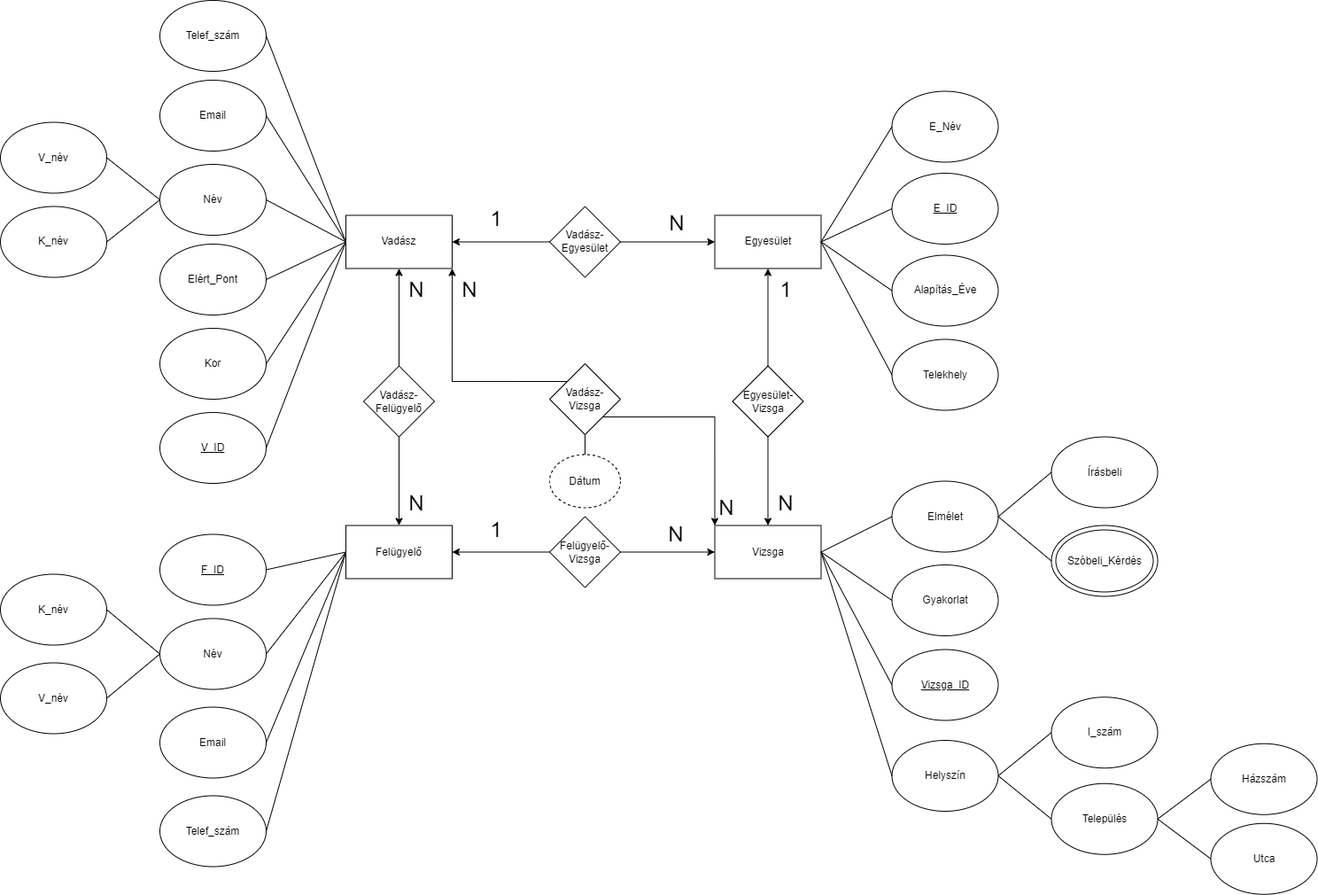
JordanKornel/DWWUAP_XMLGyak keeps this draw.io diagram as DWWUAP_XML_Féléves_Feladat/1. feladat/DWWUAP_ER.drawio.png. Above is the earlier version. Source tidied: cells renumbered, new cells last; positions are measured from the earlier drawing's top-left corner, leaving out a move shared by most shapes.
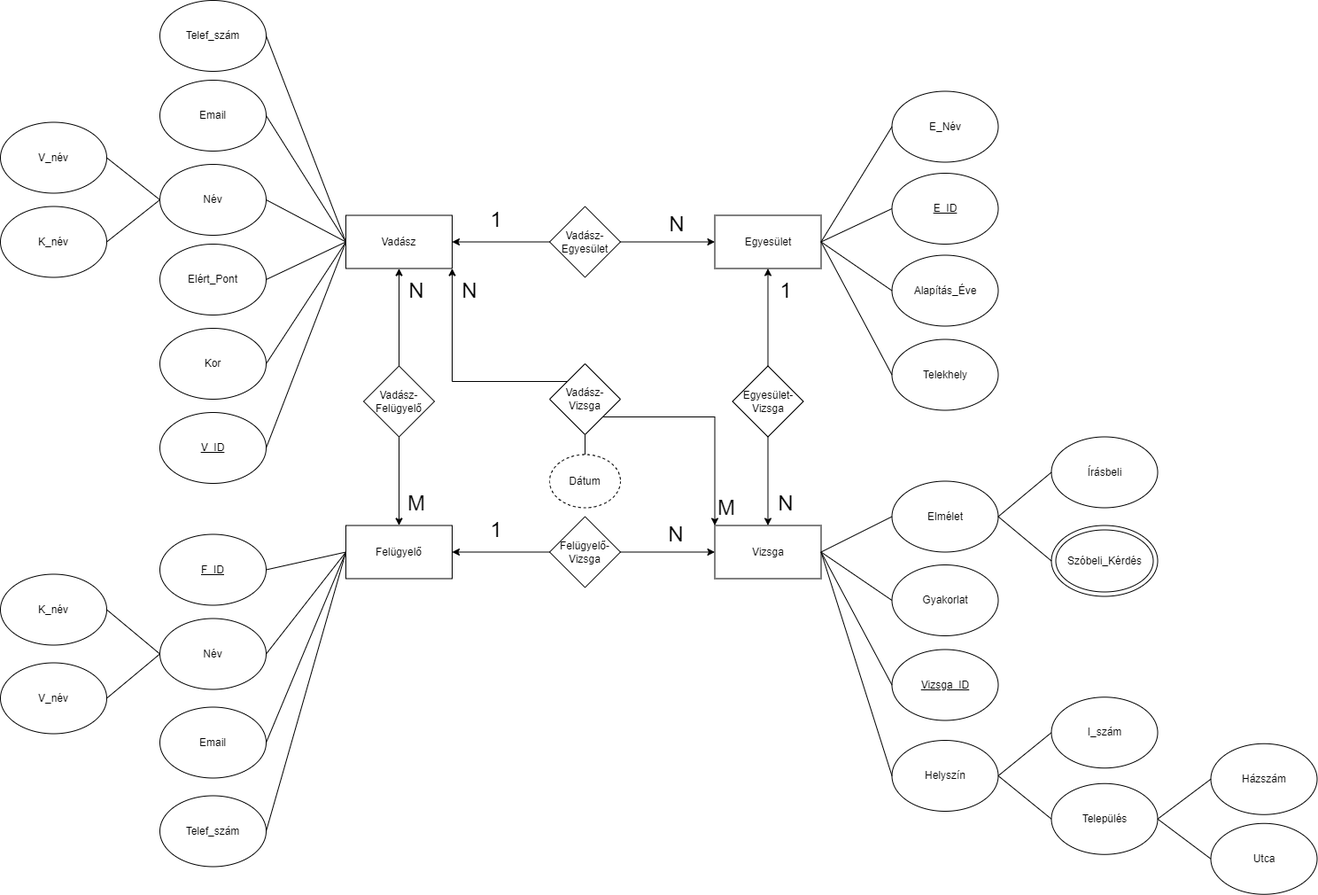
Later version of the same file.

What changed in the source:
```diff
@@ -146,7 +146,7 @@
     <mxCell id="49" value="&lt;font style=&quot;font-size: 24px;&quot;&gt;N&lt;/font&gt;" style="text;html=1;strokeColor=none;fillColor=none;align=center;verticalAlign=middle;whiteSpace=wrap;rounded=0;" parent="1" vertex="1">
       <mxGeometry x="440" y="312.5" width="60" height="30" as="geometry" />
     </mxCell>
-    <mxCell id="50" value="&lt;font style=&quot;font-size: 24px;&quot;&gt;N&lt;/font&gt;" style="text;html=1;strokeColor=none;fillColor=none;align=center;verticalAlign=middle;whiteSpace=wrap;rounded=0;" parent="1" vertex="1">
+    <mxCell id="50" value="&lt;font style=&quot;font-size: 24px;&quot;&gt;M&lt;/font&gt;" style="text;html=1;strokeColor=none;fillColor=none;align=center;verticalAlign=middle;whiteSpace=wrap;rounded=0;" parent="1" vertex="1">
       <mxGeometry x="440" y="552.5" width="60" height="30" as="geometry" />
     </mxCell>
     <mxCell id="51" value="&lt;font style=&quot;font-size: 24px;&quot;&gt;1&lt;/font&gt;" style="text;html=1;strokeColor=none;fillColor=none;align=center;verticalAlign=middle;whiteSpace=wrap;rounded=0;" parent="1" vertex="1">
@@ -259,7 +259,7 @@
     <mxCell id="86" value="&lt;font style=&quot;font-size: 24px;&quot;&gt;N&lt;/font&gt;" style="text;html=1;strokeColor=none;fillColor=none;align=center;verticalAlign=middle;whiteSpace=wrap;rounded=0;" parent="1" vertex="1">
       <mxGeometry x="500" y="312.5" width="60" height="30" as="geometry" />
     </mxCell>
-    <mxCell id="87" value="&lt;font style=&quot;font-size: 24px;&quot;&gt;N&lt;/font&gt;" style="text;html=1;strokeColor=none;fillColor=none;align=center;verticalAlign=middle;whiteSpace=wrap;rounded=0;" parent="1" vertex="1">
+    <mxCell id="87" value="&lt;font style=&quot;font-size: 24px;&quot;&gt;M&lt;/font&gt;" style="text;html=1;strokeColor=none;fillColor=none;align=center;verticalAlign=middle;whiteSpace=wrap;rounded=0;" parent="1" vertex="1">
       <mxGeometry x="790" y="557.5" width="60" height="30" as="geometry" />
     </mxCell>
     <mxCell id="88" value="Dátum" style="ellipse;whiteSpace=wrap;html=1;dashed=1;" parent="1" vertex="1">
```
